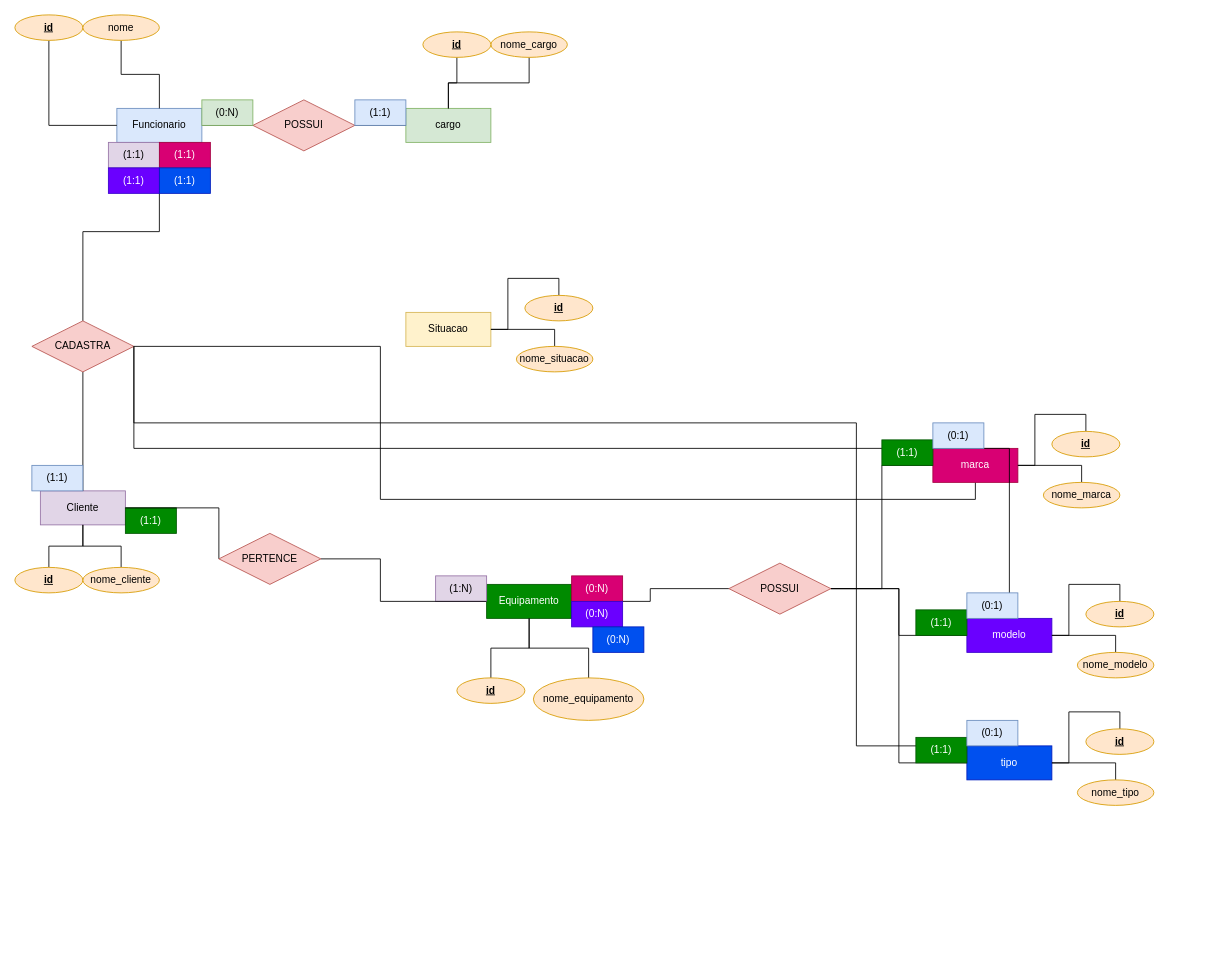
The draw.io diagram page "Modelo conceitual" (1 of 2) of modelos/conceitual_logico_techFix.drawio in KaahRomao/techFix, before the edit. Source tidied: cells renumbered, new cells numbered last; positions are measured from the earlier drawing's top-left corner, leaving out a move shared by most shapes. Both pictures are drawn from the tidied source at 85%, with x=0, y=0 at pixel (14, 14).
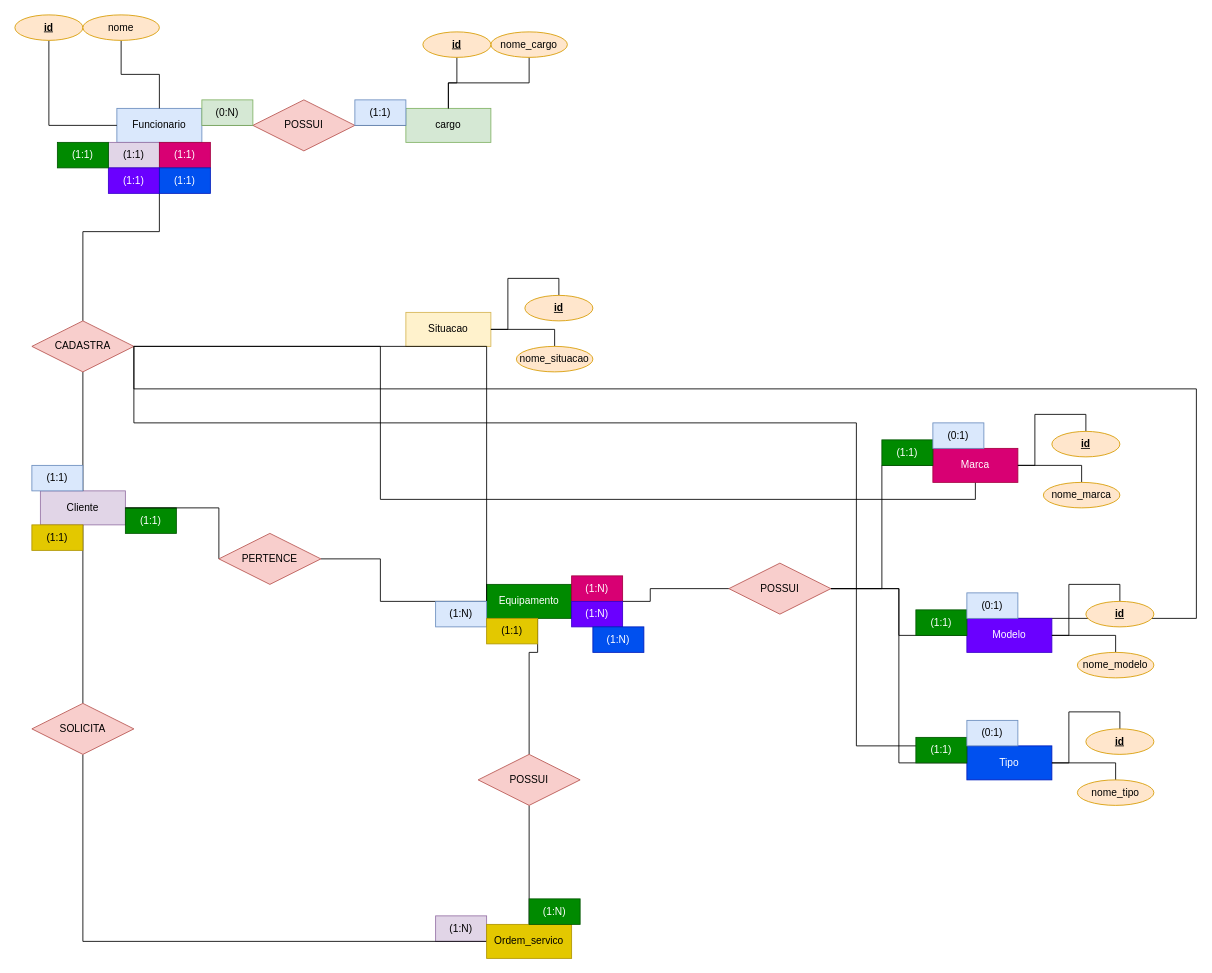
Above is the later version.

The change refers to these unchanged cells:
```xml
<mxCell id="4" value="Cliente" style="whiteSpace=wrap;html=1;align=center;fillColor=#e1d5e7;strokeColor=#9673a6;" parent="1" vertex="1">
  <mxGeometry x="30" y="560" width="100" height="40" as="geometry" />
</mxCell>
<mxCell id="6" value="Equipamento" style="whiteSpace=wrap;html=1;align=center;fillColor=#008a00;strokeColor=#005700;fontColor=#ffffff;" parent="1" vertex="1">
  <mxGeometry x="555" y="670" width="100" height="40" as="geometry" />
</mxCell>
<mxCell id="31" value="CADASTRA" style="shape=rhombus;perimeter=rhombusPerimeter;whiteSpace=wrap;html=1;align=center;fillColor=#f8cecc;strokeColor=#b85450;" parent="1" vertex="1">
  <mxGeometry x="20" y="360" width="120" height="60" as="geometry" />
</mxCell>
```

Diff of the diagram source:
```diff
@@
-    <mxCell id="25" style="edgeStyle=orthogonalEdgeStyle;rounded=0;jettySize=auto;html=1;exitX=0.5;exitY=0;exitDx=0;exitDy=0;entryX=0.5;entryY=1;entryDx=0;entryDy=0;endArrow=none;endFill=0;" parent="1" edge="1" source="26" target="4">
-      <mxGeometry relative="1" as="geometry" />
-    </mxCell>
-    <mxCell id="26" value="&lt;u&gt;&lt;b&gt;id&lt;/b&gt;&lt;/u&gt;" style="ellipse;whiteSpace=wrap;html=1;align=center;fillColor=#ffe6cc;strokeColor=#d79b00;" parent="1" vertex="1">
-      <mxGeometry y="650" width="80" height="30" as="geometry" />
-    </mxCell>
-    <mxCell id="27" style="edgeStyle=orthogonalEdgeStyle;rounded=0;jettySize=auto;html=1;exitX=0.5;exitY=0;exitDx=0;exitDy=0;entryX=0.5;entryY=1;entryDx=0;entryDy=0;endArrow=none;endFill=0;" parent="1" edge="1" source="28" target="4">
-      <mxGeometry relative="1" as="geometry" />
-    </mxCell>
-    <mxCell id="28" value="nome_cliente" style="ellipse;whiteSpace=wrap;html=1;align=center;fillColor=#ffe6cc;strokeColor=#d79b00;" parent="1" vertex="1">
-      <mxGeometry x="80" y="650" width="90" height="30" as="geometry" />
-    </mxCell>
@@
     <mxCell id="35" value="(1:N)" style="text;html=1;whiteSpace=wrap;strokeColor=#9673a6;fillColor=#e1d5e7;align=center;verticalAlign=middle;rounded=0;" parent="1" vertex="1">
-      <mxGeometry x="495" y="660" width="60" height="30" as="geometry" />
+      <mxGeometry x="495" y="1060" width="60" height="30" as="geometry" />
     </mxCell>
-    <mxCell id="36" style="edgeStyle=orthogonalEdgeStyle;rounded=0;jettySize=auto;html=1;exitX=0.5;exitY=0;exitDx=0;exitDy=0;entryX=0.5;entryY=1;entryDx=0;entryDy=0;startArrow=none;startFill=0;endArrow=none;endFill=0;" parent="1" edge="1" source="37" target="6">
-      <mxGeometry relative="1" as="geometry" />
-    </mxCell>
-    <mxCell id="37" value="&lt;u&gt;&lt;b&gt;id&lt;/b&gt;&lt;/u&gt;" style="ellipse;whiteSpace=wrap;html=1;align=center;fillColor=#ffe6cc;strokeColor=#d79b00;" parent="1" vertex="1">
-      <mxGeometry x="520" y="780" width="80" height="30" as="geometry" />
-    </mxCell>
-    <mxCell id="38" style="edgeStyle=orthogonalEdgeStyle;rounded=0;jettySize=auto;html=1;exitX=0.5;exitY=0;exitDx=0;exitDy=0;entryX=0.5;entryY=1;entryDx=0;entryDy=0;startArrow=none;startFill=0;endArrow=none;endFill=0;" parent="1" edge="1" source="39" target="6">
-      <mxGeometry relative="1" as="geometry" />
-    </mxCell>
-    <mxCell id="39" value="nome_equipamento" style="ellipse;whiteSpace=wrap;html=1;align=center;fillColor=#ffe6cc;strokeColor=#d79b00;" parent="1" vertex="1">
-      <mxGeometry x="610" y="780" width="130" height="50" as="geometry" />
-    </mxCell>
@@
-    <mxCell id="44" value="marca" style="whiteSpace=wrap;html=1;align=center;fillColor=#d80073;strokeColor=#A50040;fontColor=#ffffff;" parent="1" vertex="1">
+    <mxCell id="44" value="Marca" style="whiteSpace=wrap;html=1;align=center;fillColor=#d80073;strokeColor=#A50040;fontColor=#ffffff;" parent="1" vertex="1">
       <mxGeometry x="1080" y="510" width="100" height="40" as="geometry" />
     </mxCell>
@@
     <mxCell id="49" style="edgeStyle=orthogonalEdgeStyle;rounded=0;jettySize=auto;html=1;exitX=0.5;exitY=0;exitDx=0;exitDy=0;entryX=1;entryY=0.5;entryDx=0;entryDy=0;endArrow=none;endFill=0;" parent="1" edge="1" source="50" target="31">
       <mxGeometry relative="1" as="geometry">
         <Array as="points">
-          <mxPoint x="1170" y="510" />
-          <mxPoint x="140" y="510" />
+          <mxPoint x="1390" y="710" />
+          <mxPoint x="1390" y="440" />
+          <mxPoint x="140" y="440" />
         </Array>
       </mxGeometry>
     </mxCell>
-    <mxCell id="50" value="modelo" style="whiteSpace=wrap;html=1;align=center;fillColor=#6a00ff;strokeColor=#3700CC;fontColor=#ffffff;" parent="1" vertex="1">
+    <mxCell id="50" value="Modelo" style="whiteSpace=wrap;html=1;align=center;fillColor=#6a00ff;strokeColor=#3700CC;fontColor=#ffffff;" parent="1" vertex="1">
       <mxGeometry x="1120" y="710" width="100" height="40" as="geometry" />
     </mxCell>
@@
-    <mxCell id="56" value="tipo" style="whiteSpace=wrap;html=1;align=center;fillColor=#0050ef;fontColor=#ffffff;strokeColor=#001DBC;" parent="1" vertex="1">
+    <mxCell id="56" value="Tipo" style="whiteSpace=wrap;html=1;align=center;fillColor=#0050ef;fontColor=#ffffff;strokeColor=#001DBC;" parent="1" vertex="1">
       <mxGeometry x="1120" y="860" width="100" height="40" as="geometry" />
     </mxCell>
@@
-    <mxCell id="66" value="(0:N)" style="text;html=1;whiteSpace=wrap;strokeColor=#A50040;fillColor=#d80073;align=center;verticalAlign=middle;rounded=0;fontColor=#ffffff;" parent="1" vertex="1">
+    <mxCell id="66" value="(1:N)" style="text;html=1;whiteSpace=wrap;strokeColor=#A50040;fillColor=#d80073;align=center;verticalAlign=middle;rounded=0;fontColor=#ffffff;" parent="1" vertex="1">
       <mxGeometry x="655" y="660" width="60" height="30" as="geometry" />
     </mxCell>
@@
-    <mxCell id="69" value="(0:N)" style="text;html=1;whiteSpace=wrap;strokeColor=#3700CC;fillColor=#6a00ff;align=center;verticalAlign=middle;rounded=0;fontColor=#ffffff;" parent="1" vertex="1">
+    <mxCell id="69" value="(1:N)" style="text;html=1;whiteSpace=wrap;strokeColor=#3700CC;fillColor=#6a00ff;align=center;verticalAlign=middle;rounded=0;fontColor=#ffffff;" parent="1" vertex="1">
       <mxGeometry x="655" y="690" width="60" height="30" as="geometry" />
     </mxCell>
-    <mxCell id="70" value="(0:N)" style="text;html=1;whiteSpace=wrap;strokeColor=#001DBC;fillColor=#0050ef;align=center;verticalAlign=middle;rounded=0;fontColor=#ffffff;" parent="1" vertex="1">
+    <mxCell id="70" value="(1:N)" style="text;html=1;whiteSpace=wrap;strokeColor=#001DBC;fillColor=#0050ef;align=center;verticalAlign=middle;rounded=0;fontColor=#ffffff;" parent="1" vertex="1">
       <mxGeometry x="680" y="720" width="60" height="30" as="geometry" />
     </mxCell>
@@
+    <mxCell id="77" style="edgeStyle=orthogonalEdgeStyle;rounded=0;jettySize=auto;html=1;exitX=1;exitY=0;exitDx=0;exitDy=0;entryX=1;entryY=0.5;entryDx=0;entryDy=0;endArrow=none;endFill=0;" parent="1" edge="1" source="78" target="31">
+      <mxGeometry relative="1" as="geometry" />
+    </mxCell>
+    <mxCell id="78" value="(1:N)" style="text;html=1;whiteSpace=wrap;strokeColor=#6c8ebf;fillColor=#dae8fc;align=center;verticalAlign=middle;rounded=0;" parent="1" vertex="1">
+      <mxGeometry x="495" y="690" width="60" height="30" as="geometry" />
+    </mxCell>
+    <mxCell id="79" value="(1:1)" style="text;html=1;whiteSpace=wrap;strokeColor=#005700;fillColor=#008a00;align=center;verticalAlign=middle;rounded=0;fontColor=#ffffff;" parent="1" vertex="1">
+      <mxGeometry x="50" y="150" width="60" height="30" as="geometry" />
+    </mxCell>
+    <mxCell id="80" style="edgeStyle=orthogonalEdgeStyle;rounded=0;jettySize=auto;html=1;exitX=0.5;exitY=0;exitDx=0;exitDy=0;entryX=0.5;entryY=1;entryDx=0;entryDy=0;endArrow=none;endFill=0;" parent="1" edge="1" source="82" target="84">
+      <mxGeometry relative="1" as="geometry" />
+    </mxCell>
+    <mxCell id="81" style="edgeStyle=orthogonalEdgeStyle;rounded=0;jettySize=auto;html=1;exitX=0;exitY=0.5;exitDx=0;exitDy=0;entryX=0.5;entryY=1;entryDx=0;entryDy=0;endArrow=none;endFill=0;" parent="1" edge="1" source="82" target="88">
+      <mxGeometry relative="1" as="geometry" />
+    </mxCell>
+    <mxCell id="82" value="Ordem_servico" style="whiteSpace=wrap;html=1;align=center;fillColor=#e3c800;fontColor=#000000;strokeColor=#B09500;" parent="1" vertex="1">
+      <mxGeometry x="555" y="1070" width="100" height="40" as="geometry" />
+    </mxCell>
+    <mxCell id="83" style="edgeStyle=orthogonalEdgeStyle;rounded=0;jettySize=auto;html=1;exitX=0.5;exitY=0;exitDx=0;exitDy=0;entryX=1;entryY=0;entryDx=0;entryDy=0;endArrow=none;endFill=0;" parent="1" edge="1" source="84" target="85">
+      <mxGeometry relative="1" as="geometry">
+        <Array as="points">
+          <mxPoint x="605" y="750" />
+          <mxPoint x="615" y="750" />
+        </Array>
+      </mxGeometry>
+    </mxCell>
+    <mxCell id="84" value="POSSUI" style="shape=rhombus;perimeter=rhombusPerimeter;whiteSpace=wrap;html=1;align=center;fillColor=#f8cecc;strokeColor=#b85450;" parent="1" vertex="1">
+      <mxGeometry x="545" y="870" width="120" height="60" as="geometry" />
+    </mxCell>
+    <mxCell id="85" value="(1:1)" style="text;html=1;whiteSpace=wrap;strokeColor=#B09500;fillColor=#e3c800;align=center;verticalAlign=middle;rounded=0;fontColor=#000000;" parent="1" vertex="1">
+      <mxGeometry x="555" y="710" width="60" height="30" as="geometry" />
+    </mxCell>
+    <mxCell id="86" value="(1:N)" style="text;html=1;whiteSpace=wrap;strokeColor=#005700;fillColor=#008a00;align=center;verticalAlign=middle;rounded=0;fontColor=#ffffff;" parent="1" vertex="1">
+      <mxGeometry x="605" y="1040" width="60" height="30" as="geometry" />
+    </mxCell>
+    <mxCell id="87" style="edgeStyle=orthogonalEdgeStyle;rounded=0;jettySize=auto;html=1;exitX=0.5;exitY=0;exitDx=0;exitDy=0;entryX=0.5;entryY=1;entryDx=0;entryDy=0;endArrow=none;endFill=0;" parent="1" edge="1" source="88" target="4">
+      <mxGeometry relative="1" as="geometry" />
+    </mxCell>
+    <mxCell id="88" value="SOLICITA" style="shape=rhombus;perimeter=rhombusPerimeter;whiteSpace=wrap;html=1;align=center;fillColor=#f8cecc;strokeColor=#b85450;" parent="1" vertex="1">
+      <mxGeometry x="20" y="810" width="120" height="60" as="geometry" />
+    </mxCell>
+    <mxCell id="89" value="(1:1)" style="text;html=1;whiteSpace=wrap;strokeColor=#B09500;fillColor=#e3c800;align=center;verticalAlign=middle;rounded=0;fontColor=#000000;" parent="1" vertex="1">
+      <mxGeometry x="20" y="600" width="60" height="30" as="geometry" />
+    </mxCell>
```
